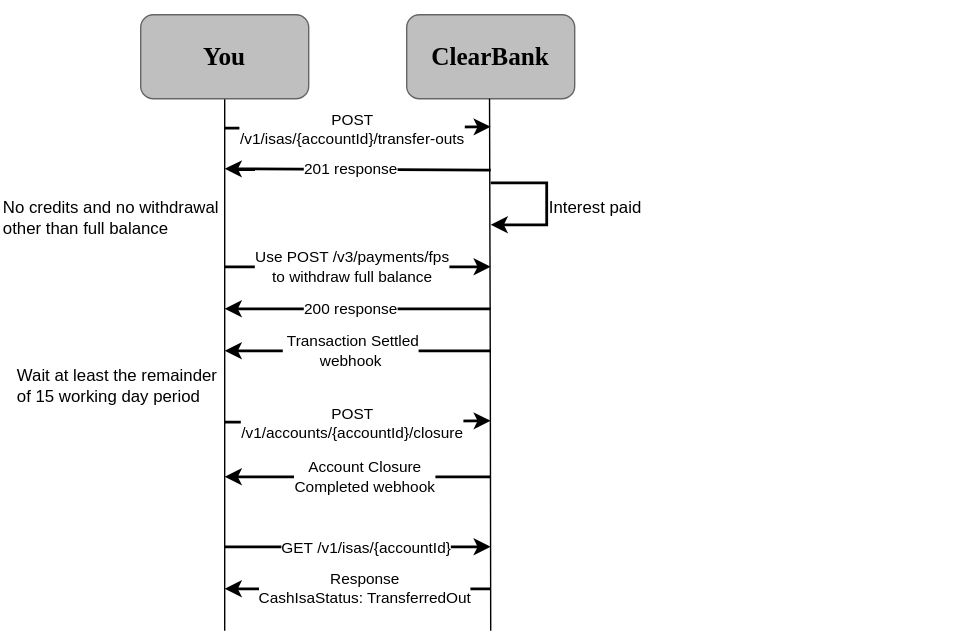
This is static/assets/images/cash-isa-transfer-out.svg from clearbank/clearbank.github.io, a draw.io export, as it was before one commit. Source tidied: cells renumbered, new cells last; positions are measured from the earlier drawing's top-left corner, leaving out a move shared by most shapes.
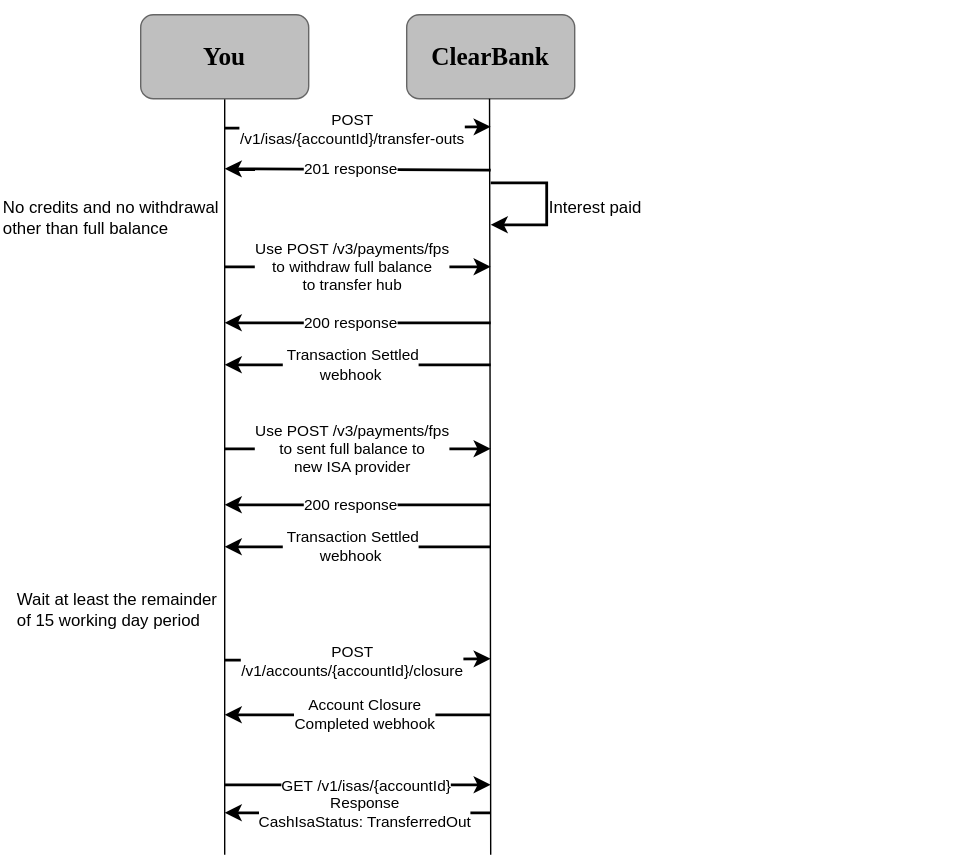
After the commit.

The edit, as a diff of the source:
```diff
@@ -18,8 +18,8 @@
     </mxCell>
     <mxCell id="5" style="endArrow=classic;html=1;rounded=0;strokeWidth=2;" parent="1" edge="1">
       <mxGeometry relative="1" as="geometry">
-        <mxPoint x="350" y="250" as="sourcePoint" />
-        <mxPoint x="160" y="250" as="targetPoint" />
+        <mxPoint x="350" y="260" as="sourcePoint" />
+        <mxPoint x="160" y="260" as="targetPoint" />
       </mxGeometry>
     </mxCell>
     <mxCell id="6" value="&amp;nbsp;Transaction Settled&lt;br&gt;&amp;nbsp;webhook&amp;nbsp;" style="edgeLabel;html=1;align=center;verticalAlign=middle;" parent="5" vertex="1">
@@ -28,17 +28,17 @@
       </mxGeometry>
     </mxCell>
     <mxCell id="7" value="Wait at least the remainder of 15 working day period" style="text;html=1;strokeColor=none;fillColor=none;align=left;verticalAlign=middle;whiteSpace=wrap;rounded=0;" parent="1" vertex="1">
-      <mxGeometry x="10" y="240" width="150" height="70" as="geometry" />
+      <mxGeometry x="10" y="400" width="150" height="70" as="geometry" />
     </mxCell>
     <mxCell id="8" style="edgeStyle=orthogonalEdgeStyle;rounded=0;orthogonalLoop=1;jettySize=auto;html=1;endArrow=none;endFill=0;" parent="1" edge="1">
       <mxGeometry relative="1" as="geometry">
         <mxPoint x="349.2" y="70" as="sourcePoint" />
-        <mxPoint x="350" y="450" as="targetPoint" />
+        <mxPoint x="350" y="610" as="targetPoint" />
       </mxGeometry>
     </mxCell>
     <mxCell id="9" style="edgeStyle=orthogonalEdgeStyle;rounded=0;jettySize=auto;html=1;endArrow=none;endFill=0;" parent="1" edge="1" source="10">
       <mxGeometry relative="1" as="geometry">
-        <mxPoint x="160" y="450" as="targetPoint" />
+        <mxPoint x="160" y="610" as="targetPoint" />
       </mxGeometry>
     </mxCell>
     <mxCell id="10" value="You" style="rounded=1;whiteSpace=wrap;html=1;strokeColor=#666666;fillColor=#BFBFBF;gradientColor=none;fontFamily=Clear Sans Display;fontStyle=1;fontSize=18;" parent="1" vertex="1">
@@ -57,10 +57,10 @@
     </mxCell>
     <mxCell id="13" style="endArrow=classic;html=1;rounded=0;strokeWidth=2;" parent="1" edge="1">
       <mxGeometry relative="1" as="geometry">
-        <mxPoint x="160" y="390" as="sourcePoint" />
-        <mxPoint x="350" y="390" as="targetPoint" />
+        <mxPoint x="160" y="560" as="sourcePoint" />
+        <mxPoint x="350" y="560" as="targetPoint" />
         <Array as="points">
-          <mxPoint x="250" y="390" />
+          <mxPoint x="250" y="560" />
         </Array>
       </mxGeometry>
     </mxCell>
@@ -71,10 +71,10 @@
     </mxCell>
     <mxCell id="15" style="endArrow=classic;html=1;rounded=0;strokeWidth=2;" parent="1" edge="1">
       <mxGeometry relative="1" as="geometry">
-        <mxPoint x="250" y="420" as="sourcePoint" />
-        <mxPoint x="160" y="420" as="targetPoint" />
+        <mxPoint x="250" y="580" as="sourcePoint" />
+        <mxPoint x="160" y="580" as="targetPoint" />
         <Array as="points">
-          <mxPoint x="350" y="420" />
+          <mxPoint x="350" y="580" />
         </Array>
       </mxGeometry>
     </mxCell>
@@ -85,8 +85,8 @@
     </mxCell>
     <mxCell id="17" style="endArrow=classic;html=1;rounded=0;strokeWidth=2;" parent="1" edge="1">
       <mxGeometry relative="1" as="geometry">
-        <mxPoint x="160" y="301" as="sourcePoint" />
-        <mxPoint x="350" y="300" as="targetPoint" />
+        <mxPoint x="160" y="471" as="sourcePoint" />
+        <mxPoint x="350" y="470" as="targetPoint" />
       </mxGeometry>
     </mxCell>
     <mxCell id="18" value="POST&lt;br&gt;/v1/accounts/{accountId}/closure" style="edgeLabel;html=1;align=center;verticalAlign=middle;" parent="17" vertex="1">
@@ -100,15 +100,15 @@
         <mxPoint x="350" y="190" as="targetPoint" />
       </mxGeometry>
     </mxCell>
-    <mxCell id="20" value="Use POST /v3/payments/fps&lt;br&gt;to withdraw full balance" style="edgeLabel;html=1;align=center;verticalAlign=middle;" parent="19" vertex="1">
+    <mxCell id="20" value="Use POST /v3/payments/fps &lt;br&gt;to withdraw full balance &lt;br&gt;to transfer hub" style="edgeLabel;html=1;align=center;verticalAlign=middle;" parent="19" vertex="1">
       <mxGeometry x="0.09" y="-1" relative="1" as="geometry">
         <mxPoint x="-13" y="-1" as="offset" />
       </mxGeometry>
     </mxCell>
     <mxCell id="21" style="endArrow=classic;html=1;rounded=0;strokeWidth=2;" parent="1" edge="1">
       <mxGeometry relative="1" as="geometry">
-        <mxPoint x="350" y="340" as="sourcePoint" />
-        <mxPoint x="160" y="340" as="targetPoint" />
+        <mxPoint x="350" y="510" as="sourcePoint" />
+        <mxPoint x="160" y="510" as="targetPoint" />
       </mxGeometry>
     </mxCell>
     <mxCell id="22" value="Account Closure&lt;br&gt;Completed webhook" style="edgeLabel;html=1;align=center;verticalAlign=middle;" parent="21" vertex="1">
@@ -127,8 +127,8 @@
     </mxCell>
     <mxCell id="26" style="endArrow=classic;html=1;rounded=0;strokeWidth=2;" parent="1" edge="1">
       <mxGeometry relative="1" as="geometry">
-        <mxPoint x="350" y="220" as="sourcePoint" />
-        <mxPoint x="160" y="220" as="targetPoint" />
+        <mxPoint x="350" y="230" as="sourcePoint" />
+        <mxPoint x="160" y="230" as="targetPoint" />
       </mxGeometry>
     </mxCell>
     <mxCell id="27" value="200 response" style="edgeLabel;html=1;align=center;verticalAlign=middle;" parent="26" vertex="1">
@@ -149,5 +149,38 @@
         </Array>
       </mxGeometry>
     </mxCell>
+    <mxCell id="30" style="endArrow=classic;html=1;rounded=0;strokeWidth=2;" parent="1" edge="1">
+      <mxGeometry relative="1" as="geometry">
+        <mxPoint x="160" y="320" as="sourcePoint" />
+        <mxPoint x="350" y="320" as="targetPoint" />
+      </mxGeometry>
+    </mxCell>
+    <mxCell id="31" value="Use POST /v3/payments/fps&lt;br&gt;to sent full balance to&lt;br&gt;new ISA provider" style="edgeLabel;html=1;align=center;verticalAlign=middle;" parent="30" vertex="1">
+      <mxGeometry x="0.09" y="-1" relative="1" as="geometry">
+        <mxPoint x="-13" y="-1" as="offset" />
+      </mxGeometry>
+    </mxCell>
+    <mxCell id="32" style="endArrow=classic;html=1;rounded=0;strokeWidth=2;" parent="1" edge="1">
+      <mxGeometry relative="1" as="geometry">
+        <mxPoint x="350" y="390" as="sourcePoint" />
+        <mxPoint x="160" y="390" as="targetPoint" />
+      </mxGeometry>
+    </mxCell>
+    <mxCell id="33" value="&amp;nbsp;Transaction Settled&lt;br&gt;&amp;nbsp;webhook&amp;nbsp;" style="edgeLabel;html=1;align=center;verticalAlign=middle;" parent="32" vertex="1">
+      <mxGeometry x="0.09" y="-1" relative="1" as="geometry">
+        <mxPoint x="3" y="1" as="offset" />
+      </mxGeometry>
+    </mxCell>
+    <mxCell id="34" style="endArrow=classic;html=1;rounded=0;strokeWidth=2;" parent="1" edge="1">
+      <mxGeometry relative="1" as="geometry">
+        <mxPoint x="350" y="360" as="sourcePoint" />
+        <mxPoint x="160" y="360" as="targetPoint" />
+      </mxGeometry>
+    </mxCell>
+    <mxCell id="35" value="200 response" style="edgeLabel;html=1;align=center;verticalAlign=middle;" parent="34" vertex="1">
+      <mxGeometry x="0.09" y="-1" relative="1" as="geometry">
+        <mxPoint x="3" y="1" as="offset" />
+      </mxGeometry>
+    </mxCell>
   </root>
 </mxGraphModel>
```
